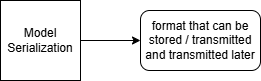
Before: Project_7_ModuleDeployment_SuperKart/Diagrams/modelSerialization.png, a diagram exported from draw.io (chinmayrozekar/PGPAIML_UT_Austin). Source tidied: cells renumbered, new cells last; positions are measured from the earlier drawing's top-left corner, leaving out a move shared by most shapes.
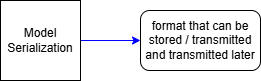
The same file after the commit.

Diff of the diagram source:
```diff
@@ -2,7 +2,7 @@
   <root>
     <mxCell id="0" />
     <mxCell id="1" parent="0" />
-    <mxCell id="2" style="edgeStyle=none;html=1;" parent="1" edge="1" source="3" target="4">
+    <mxCell id="2" style="edgeStyle=none;html=1;strokeColor=#0000FF;" parent="1" edge="1" source="3" target="4">
       <mxGeometry relative="1" as="geometry" />
     </mxCell>
     <mxCell id="3" value="Model Serialization" style="whiteSpace=wrap;html=1;" parent="1" vertex="1">
```
